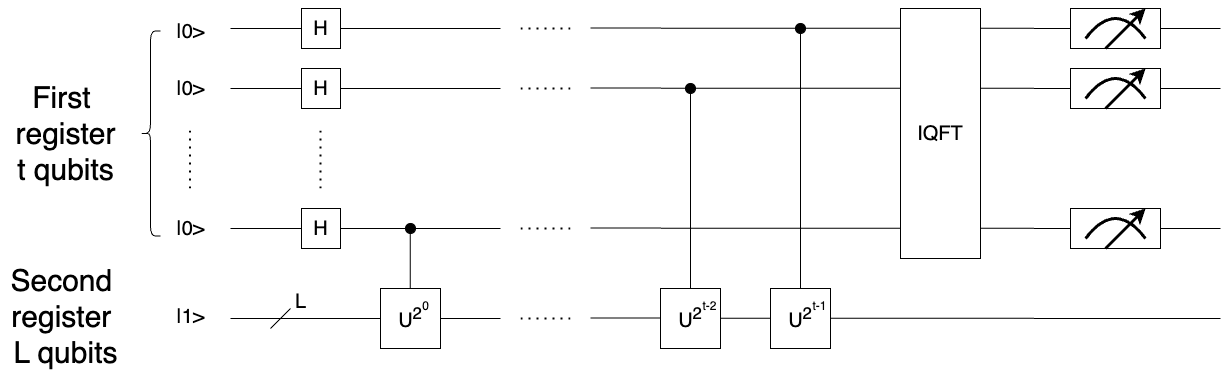
Above: fig/Shor.png in QTank/QuantumComputing (draw.io), before the change. Source tidied: cells renumbered, new cells last; positions are measured from the earlier drawing's top-left corner, leaving out a move shared by most shapes.
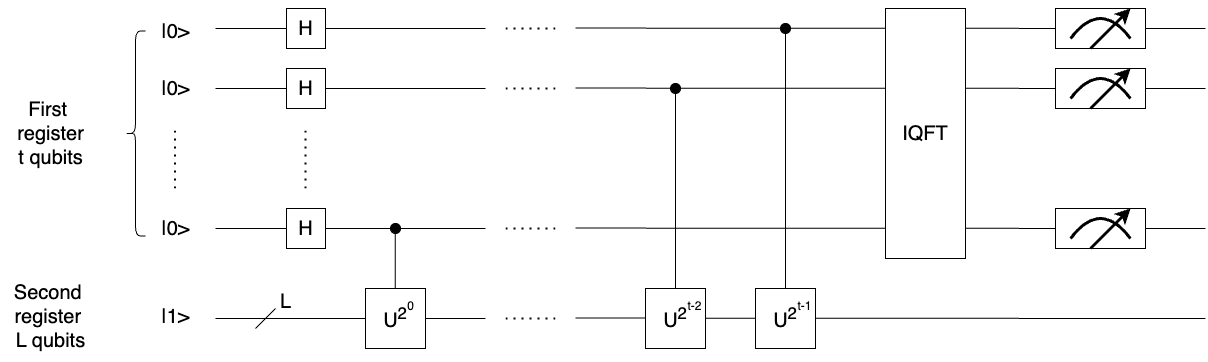
After the commit.

Change to the diagram source:
```diff
@@ -233,11 +233,11 @@
     <mxCell id="51" style="shape=curlyBracket;whiteSpace=wrap;html=1;rounded=1;labelPosition=left;verticalLabelPosition=middle;align=right;verticalAlign=middle;" parent="1" vertex="1">
       <mxGeometry x="140" y="32.5" width="20" height="205" as="geometry" />
     </mxCell>
-    <mxCell id="52" value="&lt;font style=&quot;font-size: 30px;&quot;&gt;First&amp;nbsp;&lt;/font&gt;&lt;div style=&quot;font-size: 30px;&quot;&gt;&lt;font style=&quot;font-size: 30px;&quot;&gt;register&lt;/font&gt;&lt;div style=&quot;&quot;&gt;&lt;font style=&quot;font-size: 30px;&quot;&gt;t qubits&lt;/font&gt;&lt;/div&gt;&lt;/div&gt;" style="text;html=1;align=center;verticalAlign=middle;strokeColor=none;fillColor=none;" parent="1" vertex="1">
-      <mxGeometry x="5" y="75" width="120" height="120" as="geometry" />
+    <mxCell id="52" value="&lt;font style=&quot;font-size: 20px;&quot;&gt;First&amp;nbsp;&lt;/font&gt;&lt;div style=&quot;font-size: 20px;&quot;&gt;&lt;font style=&quot;font-size: 20px;&quot;&gt;register&lt;/font&gt;&lt;div style=&quot;&quot;&gt;&lt;font style=&quot;font-size: 20px;&quot;&gt;t qubits&lt;/font&gt;&lt;/div&gt;&lt;/div&gt;" style="text;html=1;align=center;verticalAlign=middle;strokeColor=none;fillColor=none;" parent="1" vertex="1">
+      <mxGeometry x="20" y="90" width="90" height="90" as="geometry" />
     </mxCell>
-    <mxCell id="53" value="&lt;font style=&quot;font-size: 30px;&quot;&gt;Second&amp;nbsp;&lt;/font&gt;&lt;div&gt;&lt;font style=&quot;font-size: 30px;&quot;&gt;register&amp;nbsp;&lt;/font&gt;&lt;div style=&quot;font-size: 30px;&quot;&gt;&lt;font style=&quot;font-size: 30px;&quot;&gt;L qubits&lt;/font&gt;&lt;/div&gt;&lt;/div&gt;" style="text;html=1;align=center;verticalAlign=middle;strokeColor=none;fillColor=none;" parent="1" vertex="1">
-      <mxGeometry y="258" width="130" height="120" as="geometry" />
+    <mxCell id="53" value="&lt;font style=&quot;font-size: 20px;&quot;&gt;Second&amp;nbsp;&lt;/font&gt;&lt;div style=&quot;font-size: 20px;&quot;&gt;&lt;font style=&quot;font-size: 20px;&quot;&gt;register&amp;nbsp;&lt;/font&gt;&lt;div style=&quot;&quot;&gt;&lt;font style=&quot;font-size: 20px;&quot;&gt;L qubits&lt;/font&gt;&lt;/div&gt;&lt;/div&gt;" style="text;html=1;align=center;verticalAlign=middle;strokeColor=none;fillColor=none;" parent="1" vertex="1">
+      <mxGeometry x="15" y="273" width="100" height="90" as="geometry" />
     </mxCell>
   </root>
 </mxGraphModel>
```
